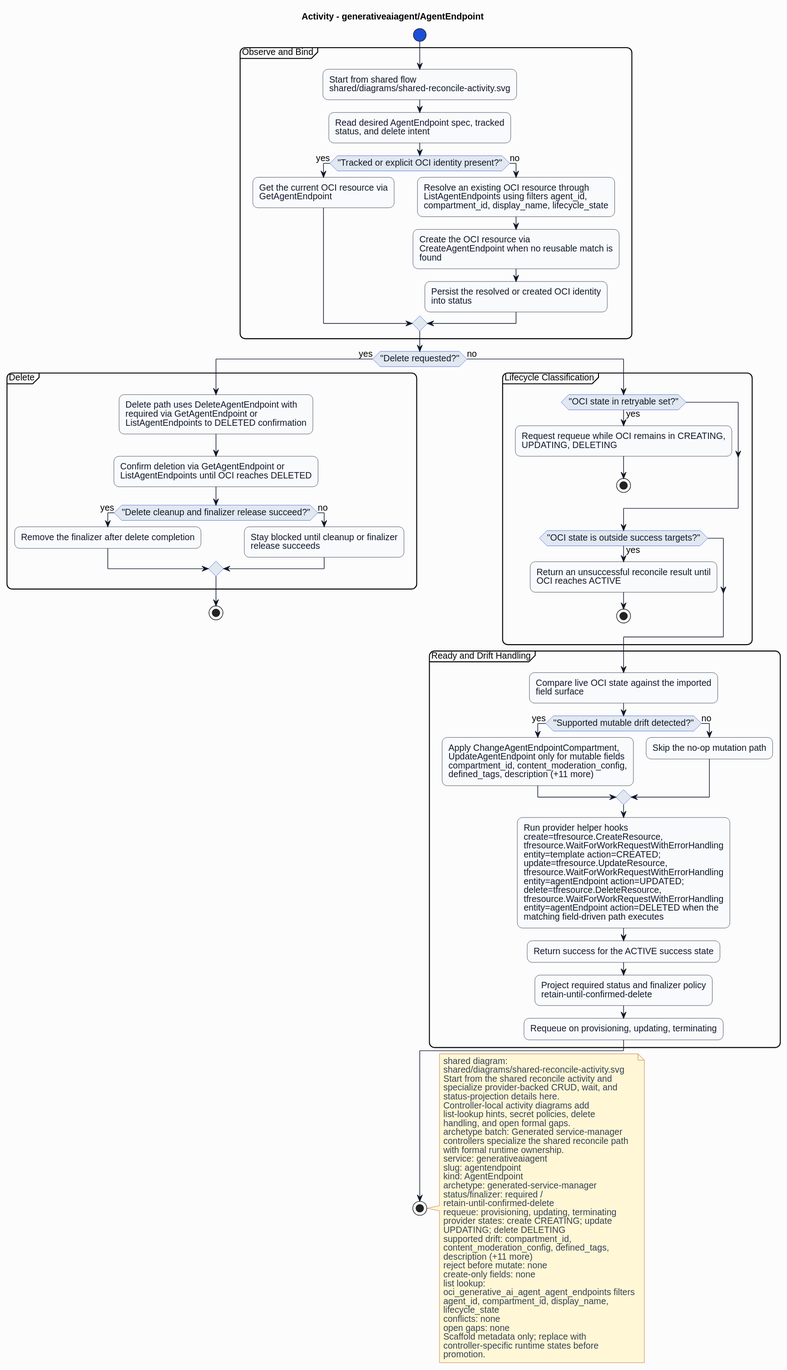
HaoyL666/oci-service-operator keeps this PlantUML diagram as formal/controllers/generativeaiagent/agentendpoint/diagrams/activity.svg. Above is the earlier version.
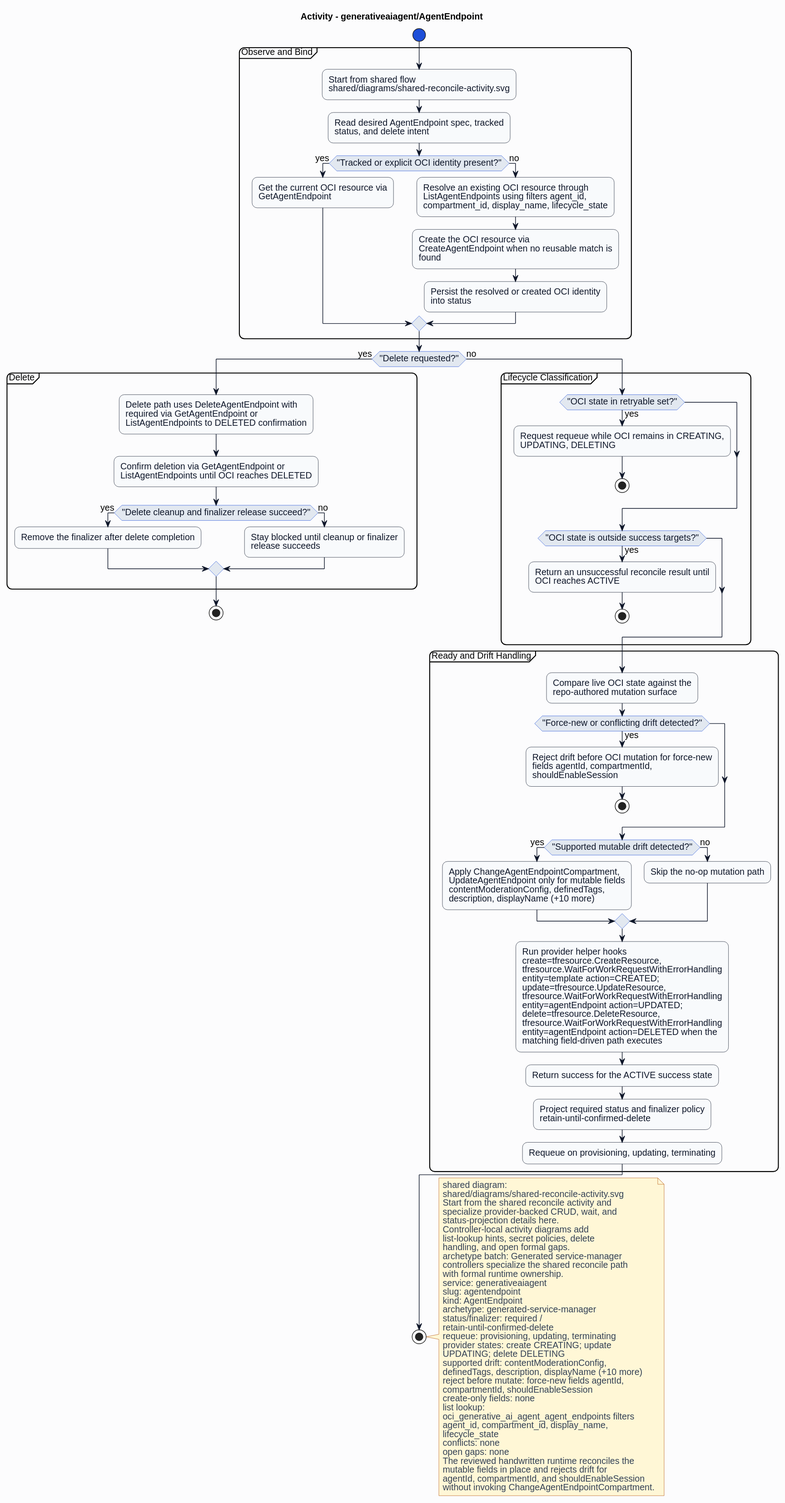
Above is the later version.

What changed in the source:
```diff
@@ -55,9 +55,13 @@
 endif
 }
 partition "Ready and Drift Handling" {
-:Compare live OCI state against the imported\nfield surface;
+:Compare live OCI state against the\nrepo-authored mutation surface;
+if ("Force-new or conflicting drift detected?") then (yes)
+:Reject drift before OCI mutation for force-new\nfields agentId, compartmentId,\nshouldEnableSession;
+stop
+endif
 if ("Supported mutable drift detected?") then (yes)
-:Apply ChangeAgentEndpointCompartment,\nUpdateAgentEndpoint only for mutable fields\ncompartment_id, content_moderation_config,\ndefined_tags, description (+11 more);
+:Apply ChangeAgentEndpointCompartment,\nUpdateAgentEndpoint only for mutable fields\ncontentModerationConfig, definedTags,\ndescription, displayName (+10 more);
 else (no)
 :Skip the no-op mutation path;
 endif
@@ -89,10 +93,10 @@
 requeue: provisioning, updating, terminating
 provider states: create CREATING; update
 UPDATING; delete DELETING
-supported drift: compartment_id,
-content_moderation_config, defined_tags,
-description (+11 more)
-reject before mutate: none
+supported drift: contentModerationConfig,
+definedTags, description, displayName (+10 more)
+reject before mutate: force-new fields agentId,
+compartmentId, shouldEnableSession
 create-only fields: none
 list lookup:
 oci_generative_ai_agent_agent_endpoints filters
@@ -100,8 +104,9 @@
 lifecycle_state
 conflicts: none
 open gaps: none
-Scaffold metadata only; replace with
-controller-specific runtime states before
-promotion.
+The reviewed handwritten runtime reconciles the
+mutable fields in place and rejects drift for
+agentId, compartmentId, and shouldEnableSession
+without invoking ChangeAgentEndpointCompartment.
 end note
 @enduml
```
